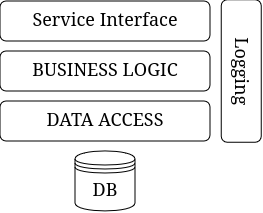
The draw.io diagram img/receiver_arch.png in kaiosatiro/iot_server, before a commit. Source tidied: cells renumbered, new cells last; positions are measured from the earlier drawing's top-left corner, leaving out a move shared by most shapes.
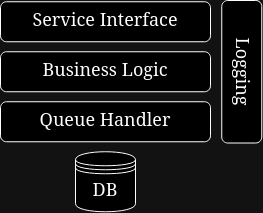
After the change.

Diff of the diagram source:
```diff
@@ -3,19 +3,19 @@
     <mxCell id="0" />
     <mxCell id="1" parent="0" />
     <mxCell id="2" value="&lt;font style=&quot;font-size: 18px;&quot;&gt;Service Interface&lt;br&gt;&lt;/font&gt;" style="rounded=1;whiteSpace=wrap;html=1;" parent="1" vertex="1">
-      <mxGeometry width="210" height="40" as="geometry" />
+      <mxGeometry y="0.1" width="210" height="40" as="geometry" />
     </mxCell>
-    <mxCell id="3" value="&lt;font style=&quot;font-size: 18px;&quot;&gt;BUSINESS LOGIC&lt;/font&gt;" style="rounded=1;whiteSpace=wrap;html=1;" parent="1" vertex="1">
-      <mxGeometry y="50" width="210" height="40" as="geometry" />
-    </mxCell>
-    <mxCell id="4" value="&lt;font style=&quot;font-size: 18px;&quot;&gt;DATA ACCESS&lt;/font&gt;" style="rounded=1;whiteSpace=wrap;html=1;" parent="1" vertex="1">
-      <mxGeometry y="100" width="210" height="40" as="geometry" />
-    </mxCell>
+    <mxCell id="7" value="&lt;font style=&quot;font-size: 18px;&quot;&gt;Business Logic&lt;/font&gt;" style="rounded=1;whiteSpace=wrap;html=1;" parent="1" vertex="1">
+      <mxGeometry y="50.1" width="210" height="40" as="geometry" />
+    </mxCell>
+    <mxCell id="8" value="&lt;font style=&quot;font-size: 18px;&quot;&gt;Queue Handler&lt;/font&gt;" style="rounded=1;whiteSpace=wrap;html=1;" parent="1" vertex="1">
+      <mxGeometry y="100.1" width="210" height="40" as="geometry" />
+    </mxCell>
     <mxCell id="5" value="&lt;font style=&quot;font-size: 18px;&quot;&gt;DB&lt;/font&gt;" style="shape=datastore;whiteSpace=wrap;html=1;" parent="1" vertex="1">
-      <mxGeometry x="75" y="150" width="60" height="60" as="geometry" />
+      <mxGeometry x="75" y="150.1" width="60" height="60" as="geometry" />
     </mxCell>
     <mxCell id="6" value="&lt;font style=&quot;font-size: 18px;&quot;&gt;Logging&lt;/font&gt;" style="rounded=1;whiteSpace=wrap;html=1;rotation=90;" parent="1" vertex="1">
-      <mxGeometry x="170" y="50" width="142.5" height="40" as="geometry" />
+      <mxGeometry x="170" y="50.1" width="142.5" height="40" as="geometry" />
     </mxCell>
   </root>
 </mxGraphModel>
```
